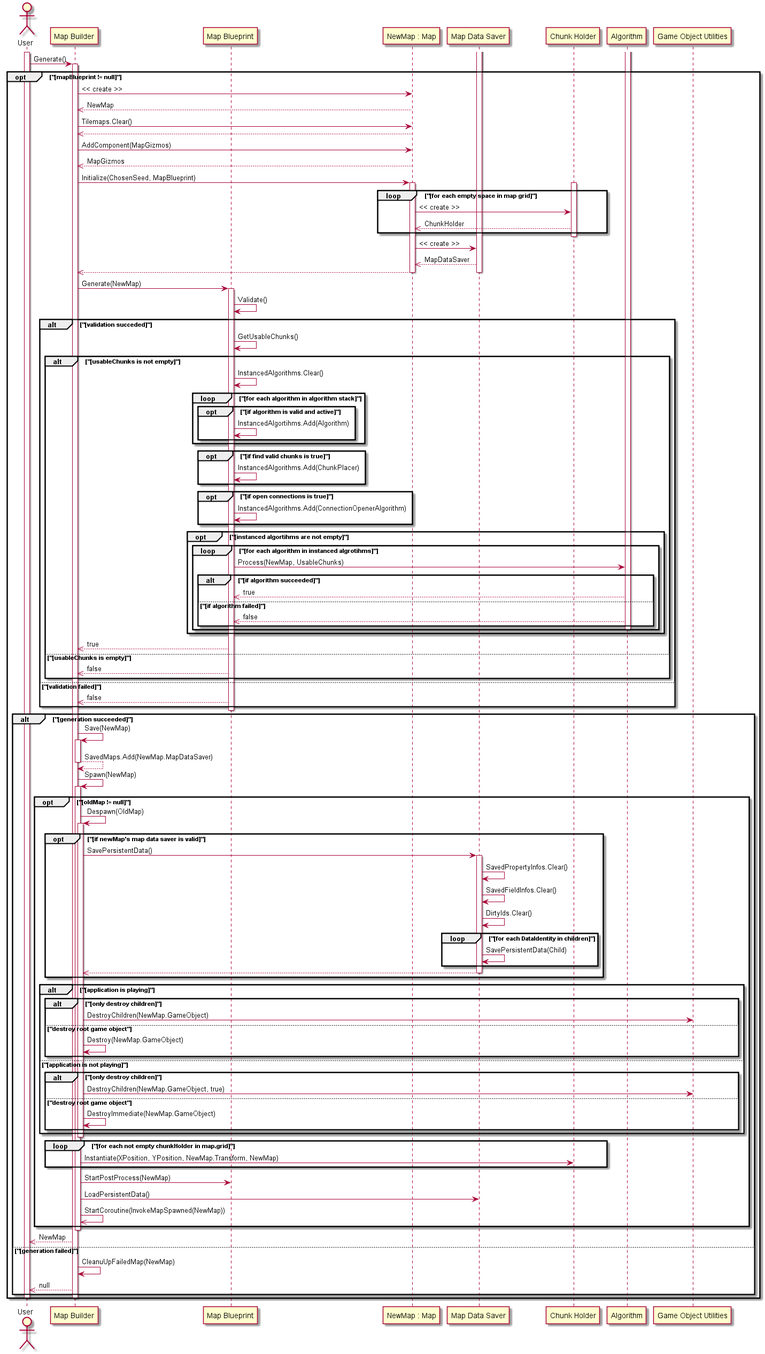
Before: UML/generate-sequence-diagram.png, a diagram exported from PlantUML (blorsten/2DMapGenerator).
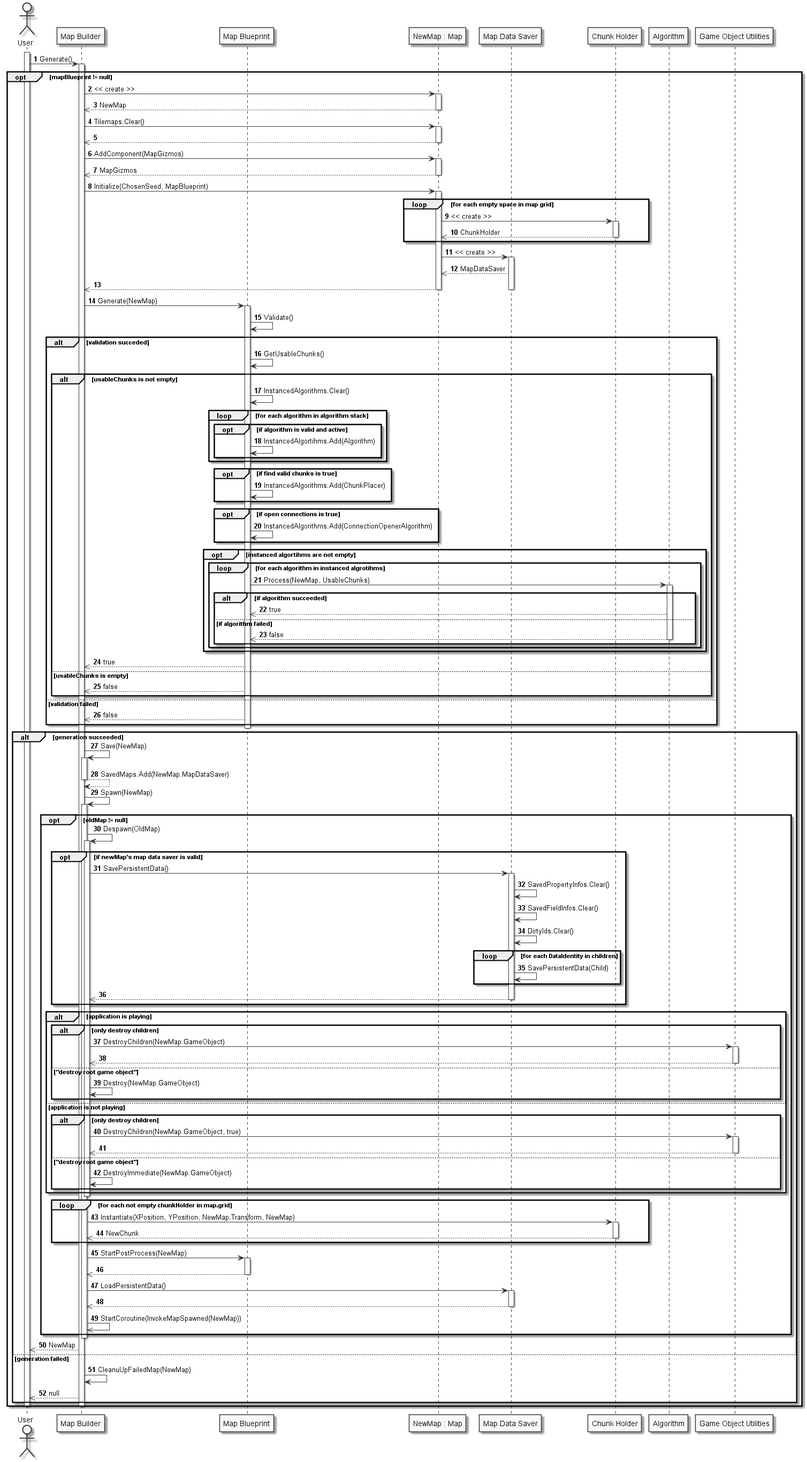
After the change.

Commit message:
Finished sequence diagram for generate

What changed in the source:
```diff
@@ -1,4 +1,7 @@
 @startuml
+autonumber
+skinparam monochrome true
+
 actor user as "User"
 participant builder as "Map Builder"
 participant blueprint as "Map Blueprint"
@@ -11,23 +14,33 @@
 activate user
 user -> builder: Generate()
 activate builder
-opt "[mapBlueprint != null]"
+opt mapBlueprint != null
+
 builder -> map: << create >>
+activate map
 builder <<-- map: NewMap
+deactivate map
+
 builder -> map: Tilemaps.Clear()
+activate map
 builder <<-- map:
+deactivate map
+
 builder -> map: AddComponent(MapGizmos)
+activate map
 builder <<-- map: MapGizmos
+deactivate map
+
 builder -> map: Initialize(ChosenSeed, MapBlueprint)
 activate map
+loop for each empty space in map grid
+map -> ChunkHolder: << create >>
 activate ChunkHolder
-loop "[for each empty space in map grid]"
-map -> ChunkHolder: << create >>
 map <<-- ChunkHolder: ChunkHolder
+deactivate ChunkHolder
 end
-deactivate ChunkHolder
+map -> mds: << create >>
 activate mds
-map -> mds: << create >>
 map <<-- mds: MapDataSaver
 builder <<-- map:
 deactivate map
@@ -35,43 +48,43 @@
 builder -> blueprint: Generate(NewMap)
 activate blueprint
 blueprint -> blueprint: Validate()
-alt "[validation succeded]"
+alt validation succeded
 blueprint -> blueprint: GetUsableChunks()
-alt "[usableChunks is not empty]"
+alt usableChunks is not empty
 blueprint -> blueprint: InstancedAlgorithms.Clear()
-loop "[for each algorithm in algorithm stack]"
-opt "[if algorithm is valid and active]"
+loop for each algorithm in algorithm stack
+opt if algorithm is valid and active
 blueprint -> blueprint: InstancedAlgortihms.Add(Algorithm)
 end
 end
 
-opt "[if find valid chunks is true]"
+opt if find valid chunks is true
 blueprint -> blueprint: InstancedAlgorithms.Add(ChunkPlacer)
 end
 
-opt "[if open connections is true]"
+opt if open connections is true
 blueprint -> blueprint: InstancedAlgorithms.Add(ConnectionOpenerAlgorithm)
 end
 
-opt "[instanced algortihms are not empty]"
-loop "[for each algorithm in instanced algrotihms]"
+opt instanced algortihms are not empty
+loop for each algorithm in instanced algrotihms
+blueprint -> algo: Process(NewMap, UsableChunks)
 activate algo
-blueprint -> algo: Process(NewMap, UsableChunks)
-alt "[if algorithm succeeded]"
+alt if algorithm succeeded
 blueprint <<-- algo: true
-else "[if algorithm failed]"
+else if algorithm failed
 blueprint <<-- algo: false
+deactivate algo
 end
-deactivate algo
 end
 end
 
 builder <<-- blueprint: true
-else "[usableChunks is empty]"
+else usableChunks is empty
 builder <<-- blueprint: false
 end
 
-else "[validation failed]"
+else validation failed
 builder <<-- blueprint: false
 end
 
@@ -79,7 +92,7 @@
 
 deactivate blueprint
 
-alt "[generation succeeded]"
+alt generation succeeded
 builder -> builder: Save(NewMap)
 activate builder
 builder --> builder: SavedMaps.Add(NewMap.MapDataSaver)
@@ -88,50 +101,67 @@
 builder -> builder: Spawn(NewMap)
 activate builder
 
-opt "[oldMap != null]"
+opt oldMap != null
 builder -> builder: Despawn(OldMap)
 activate builder
 
 
-opt "[if newMap's map data saver is valid]"
+opt if newMap's map data saver is valid
 builder -> mds: SavePersistentData()
 activate mds
 mds -> mds: SavedPropertyInfos.Clear()
 mds -> mds: SavedFieldInfos.Clear()
 mds -> mds: DirtyIds.Clear()
-loop "[for each DataIdentity in children]"
+loop for each DataIdentity in children
 mds -> mds: SavePersistentData(Child)
 end
 builder <<-- mds:
 deactivate mds
 end
-alt "[application is playing]"
-alt "[only destroy children]"
+alt application is playing
+alt only destroy children
 builder -> goUtils: DestroyChildren(NewMap.GameObject)
+activate goUtils
+builder <<-- goUtils
+deactivate goUtils
 else "destroy root game object"
 builder -> builder: Destroy(NewMap.GameObject)
 end
 
-else "[application is not playing]"
-alt "[only destroy children]"
+else application is not playing
+alt only destroy children
 builder -> goUtils: DestroyChildren(NewMap.GameObject, true)
+activate goUtils
+builder <<-- goUtils
+deactivate goUtils
 else "destroy root game object"
 builder -> builder: DestroyImmediate(NewMap.GameObject)
 end
 end
 deactivate builder
 
-loop "[for each not empty chunkHolder in map.grid]"
+loop for each not empty chunkHolder in map.grid
 builder -> ChunkHolder: Instantiate(XPosition, YPosition, NewMap.Transform, NewMap)
+activate ChunkHolder
+builder <<-- ChunkHolder: NewChunk
+deactivate ChunkHolder
 end
 builder -> blueprint: StartPostProcess(NewMap)
+activate blueprint
+builder <<-- blueprint
+deactivate blueprint
+
 builder -> mds: LoadPersistentData()
+activate mds
+builder <<-- mds
+deactivate mds
+
 builder ->> builder: StartCoroutine(InvokeMapSpawned(NewMap))
 end
 deactivate builder
 
 user <<-- builder: NewMap
-else "[generation failed]"
+else generation failed
 builder -> builder: CleanuUpFailedMap(NewMap)
 user <<-- builder: null
 end
```
